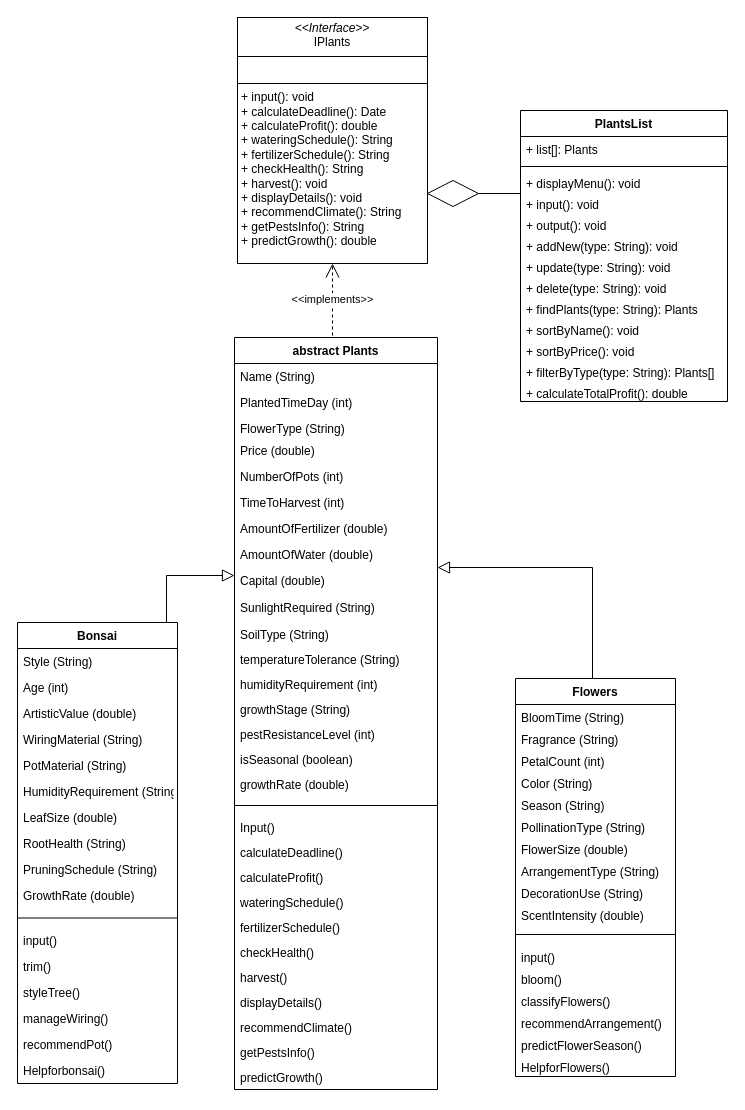
Above: Untitled Diagram.drawio in NgoAnhThanThien/thanthien123 (draw.io), before the change. Source tidied: cells renumbered, new cells numbered last; positions are measured from the earlier drawing's top-left corner, leaving out a move shared by most shapes. Both pictures are drawn from the tidied source at 100%, with x=0, y=0 at pixel (17, 17).
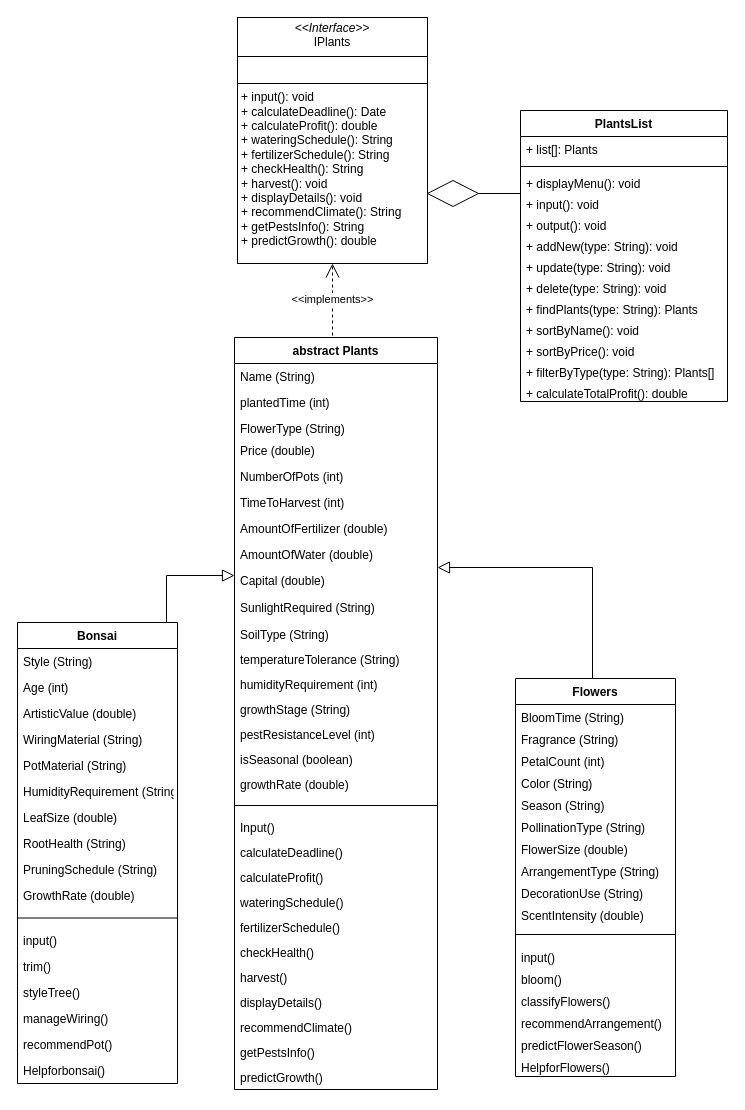
After the change.

Unchanged cells that the change refers to:
```xml
<mxCell id="2" value="abstract Plants" style="swimlane;fontStyle=1;align=center;verticalAlign=top;horizontal=1;startSize=26;rounded=0;shadow=0;strokeWidth=1;" parent="1" vertex="1">
  <mxGeometry x="217" y="320" width="203" height="752" as="geometry" />
</mxCell>
```

What changed in the source:
```diff
@@
-    <mxCell id="4" value="PlantedTimeDay (int)" style="text;align=left;verticalAlign=top;spacingLeft=4;spacingRight=4;overflow=hidden;rounded=0;shadow=0;html=0;" parent="2" vertex="1">
+    <mxCell id="4" value="plantedTime (int)" style="text;align=left;verticalAlign=top;spacingLeft=4;spacingRight=4;overflow=hidden;rounded=0;shadow=0;html=0;" parent="2" vertex="1">
       <mxGeometry y="52" width="203" height="26" as="geometry" />
     </mxCell>
```
